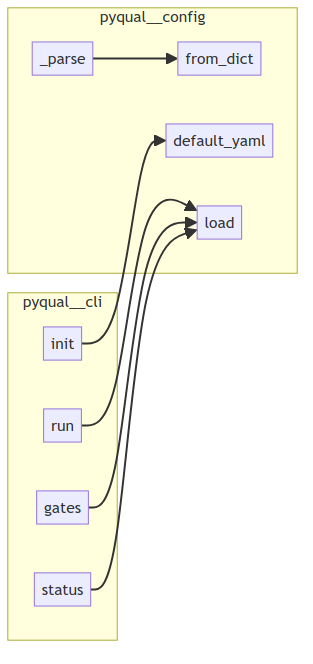
The Mermaid diagram project/calls.png in semcod/pyqual, before a commit. Its source is kept beside it as project/calls.mmd.
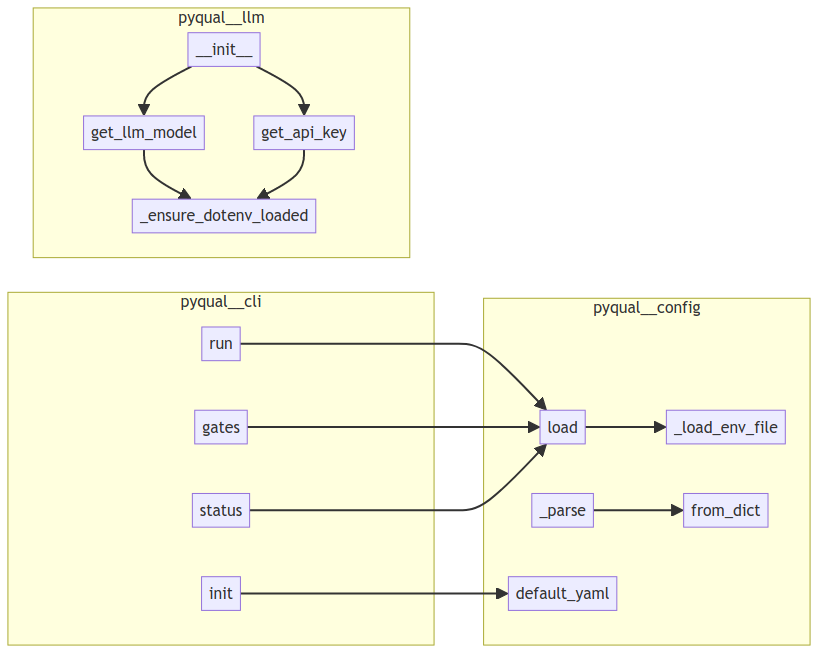
The same file after the commit.

Diff of the diagram source:
```diff
@@ -6,13 +6,25 @@
         pyqual__cli__gates["gates"]
     end
     subgraph pyqual__config
+        pyqual__config__PyqualConfig___parse["_parse"]
+        pyqual__config___load_env_file["_load_env_file"]
         pyqual__config__GateConfig__from_dict["from_dict"]
-        pyqual__config__PyqualConfig___parse["_parse"]
+        pyqual__config__PyqualConfig__load["load"]
         pyqual__config__PyqualConfig__default_yaml["default_yaml"]
-        pyqual__config__PyqualConfig__load["load"]
+    end
+    subgraph pyqual__llm
+        pyqual__llm__LLM____init__["__init__"]
+        pyqual__llm__get_llm_model["get_llm_model"]
+        pyqual__llm___ensure_dotenv_loaded["_ensure_dotenv_loaded"]
+        pyqual__llm__get_api_key["get_api_key"]
     end
     pyqual__cli__init --> pyqual__config__PyqualConfig__default_yaml
     pyqual__cli__run --> pyqual__config__PyqualConfig__load
     pyqual__cli__gates --> pyqual__config__PyqualConfig__load
     pyqual__cli__status --> pyqual__config__PyqualConfig__load
+    pyqual__llm__get_llm_model --> pyqual__llm___ensure_dotenv_loaded
+    pyqual__llm__get_api_key --> pyqual__llm___ensure_dotenv_loaded
+    pyqual__llm__LLM____init__ --> pyqual__llm__get_llm_model
+    pyqual__llm__LLM____init__ --> pyqual__llm__get_api_key
+    pyqual__config__PyqualConfig__load --> pyqual__config___load_env_file
     pyqual__config__PyqualConfig___parse --> pyqual__config__GateConfig__from_dict
```
